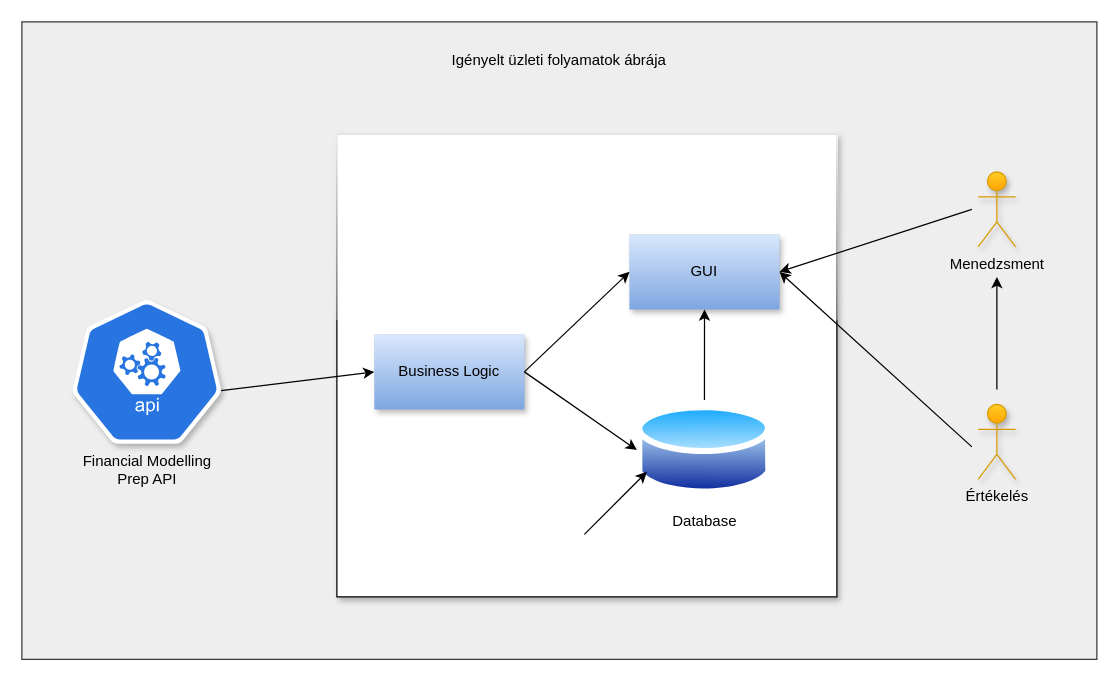
This is img/docs/kov_spec_igenyelt_uzleti_foly.drawio from lesheidrich/stock_analysis_afp_II, a draw.io file, before an edit. Source tidied: cells renumbered, new cells numbered last; positions are measured from the earlier drawing's top-left corner, leaving out a move shared by most shapes. Both pictures are drawn from the tidied source at 125%, with x=0, y=0 at pixel (21, 21).
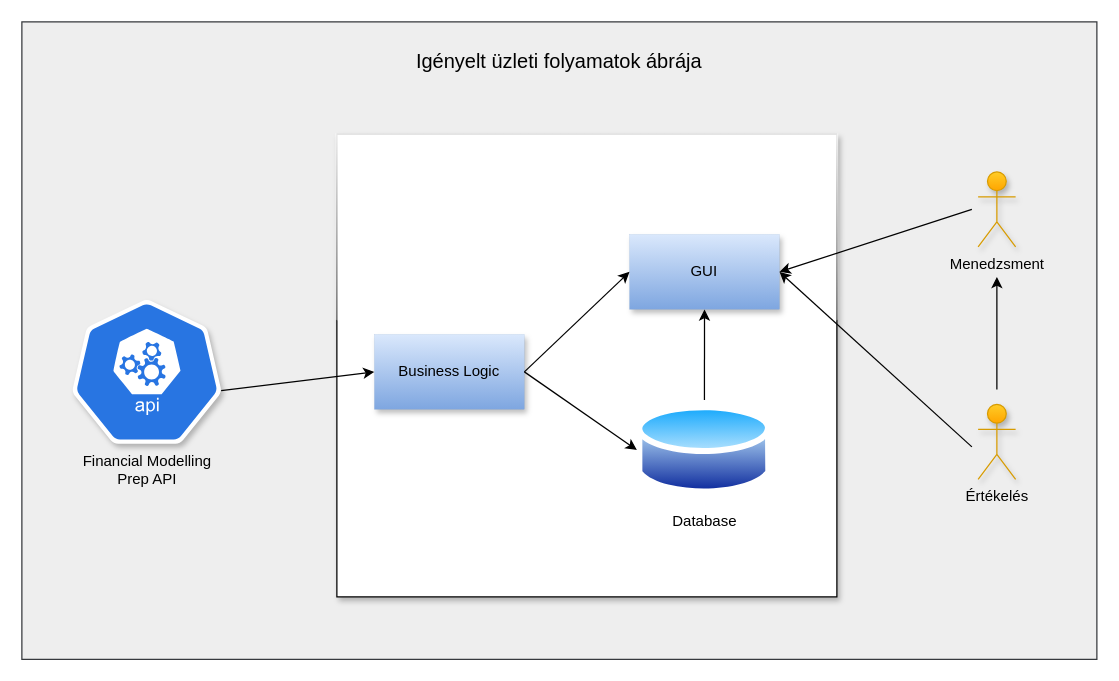
After the change.

Commit message (it also covers changes not shown here):
javított igényelt üzleti folyamatok ábra

The edit, as a diff of the source:
```diff
@@
-    <mxCell id="17" value="Igényelt üzleti folyamatok ábrája" style="text;html=1;strokeColor=none;fillColor=none;align=center;verticalAlign=middle;whiteSpace=wrap;rounded=0;" parent="1" vertex="1">
+    <mxCell id="17" value="Igényelt üzleti folyamatok ábrája" style="text;html=1;strokeColor=none;fillColor=none;align=center;verticalAlign=middle;whiteSpace=wrap;rounded=0;fontSize=16;spacing=2;fontStyle=0;" parent="1" vertex="1">
       <mxGeometry x="290" y="16" width="280" height="30" as="geometry" />
     </mxCell>
-    <mxCell id="18" style="endArrow=classic;html=1;rounded=0;" parent="1" edge="1">
-      <mxGeometry relative="1" as="geometry">
-        <mxPoint x="450" y="410" as="sourcePoint" />
-        <mxPoint x="500" y="360" as="targetPoint" />
-      </mxGeometry>
-    </mxCell>
```
